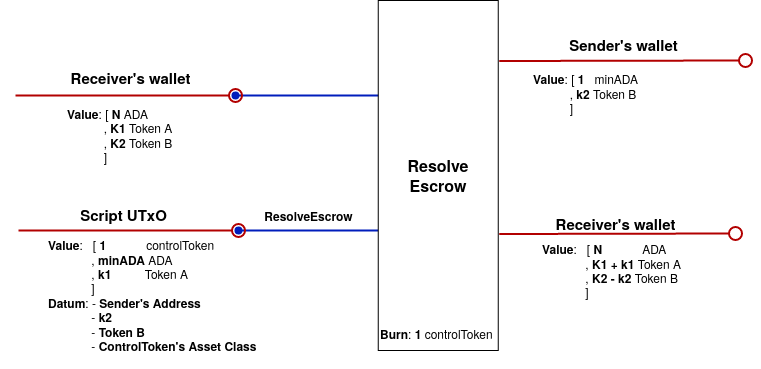
Above: tutorial/img/resolveEscrow.png in mrpejker/cardano-e2e-example (draw.io), before the change. Source tidied: cells renumbered, new cells last; positions are measured from the earlier drawing's top-left corner, leaving out a move shared by most shapes.
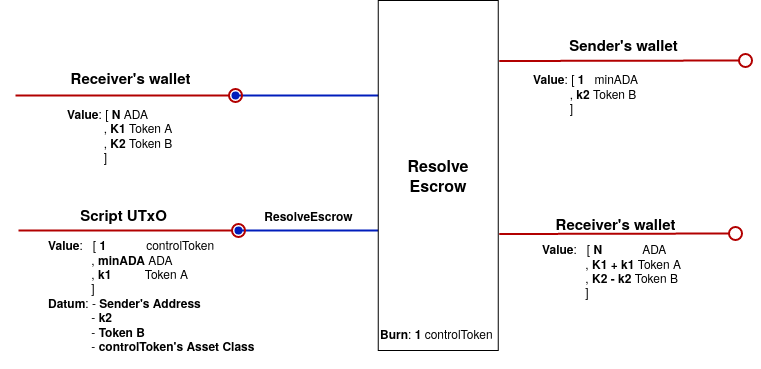
The same diagram one commit later.

Commit message:
fixed typo on diagrams

Change to the diagram source:
```diff
@@ -38,7 +38,7 @@
     <mxCell id="10" value="&lt;font style=&quot;font-size: 15px;&quot;&gt;&lt;b&gt;Script UTxO&lt;/b&gt;&lt;/font&gt;" style="text;html=1;align=center;verticalAlign=middle;strokeColor=none;fillColor=none;" parent="1" vertex="1">
       <mxGeometry x="53" y="199" width="110" height="30" as="geometry" />
     </mxCell>
-    <mxCell id="11" value="&lt;div style=&quot;caret-color: rgb(0, 0, 0); color: rgb(0, 0, 0); font-family: Helvetica; font-size: 12px; font-style: normal; font-variant-caps: normal; letter-spacing: normal; text-align: left; text-indent: 0px; text-transform: none; word-spacing: 0px; -webkit-text-stroke-width: 0px; text-decoration: none;&quot;&gt;&lt;span style=&quot;font-weight: 400;&quot;&gt;&lt;b&gt;Value&lt;/b&gt;: &amp;nbsp; [ &lt;b&gt;1&amp;nbsp;&amp;nbsp;&amp;nbsp;&amp;nbsp;&amp;nbsp;&amp;nbsp;&amp;nbsp;&amp;nbsp;&amp;nbsp;&amp;nbsp;&amp;nbsp; &lt;/b&gt;controlToken&lt;/span&gt;&lt;b&gt; &lt;/b&gt;&lt;b&gt;&lt;br&gt;&lt;/b&gt;&lt;span style=&quot;font-weight: 400;&quot;&gt;&amp;nbsp; &amp;nbsp; &amp;nbsp; &amp;nbsp; &amp;nbsp; &amp;nbsp; &amp;nbsp;, &lt;/span&gt;&lt;b&gt;minADA&lt;/b&gt;&amp;nbsp;ADA&lt;br&gt;&lt;span style=&quot;background-color: initial;&quot;&gt;&amp;nbsp; &amp;nbsp; &amp;nbsp; &amp;nbsp; &amp;nbsp; &amp;nbsp; &amp;nbsp;, &lt;/span&gt;&lt;b style=&quot;background-color: initial;&quot;&gt;k1&lt;/b&gt;&lt;span style=&quot;background-color: initial;&quot;&gt;&amp;nbsp;&amp;nbsp;&amp;nbsp;&amp;nbsp;&amp;nbsp;&amp;nbsp;&amp;nbsp;&amp;nbsp;&amp;nbsp; Token A&lt;br&gt;&lt;/span&gt;&lt;/div&gt;&lt;div style=&quot;caret-color: rgb(0, 0, 0); color: rgb(0, 0, 0); font-family: Helvetica; font-size: 12px; font-style: normal; font-variant-caps: normal; letter-spacing: normal; text-align: left; text-indent: 0px; text-transform: none; word-spacing: 0px; -webkit-text-stroke-width: 0px; text-decoration: none;&quot;&gt;&lt;span style=&quot;background-color: initial;&quot;&gt;&amp;nbsp; &amp;nbsp; &amp;nbsp; &amp;nbsp; &amp;nbsp; &amp;nbsp; &amp;nbsp;]&lt;/span&gt;&lt;/div&gt;&lt;div style=&quot;caret-color: rgb(0, 0, 0); color: rgb(0, 0, 0); font-family: Helvetica; font-size: 12px; font-style: normal; font-variant-caps: normal; letter-spacing: normal; text-align: left; text-indent: 0px; text-transform: none; word-spacing: 0px; -webkit-text-stroke-width: 0px; text-decoration: none;&quot;&gt;&lt;span style=&quot;background-color: initial;&quot;&gt;&lt;b&gt;Datum&lt;/b&gt;: - &lt;b&gt;Sender's Address&lt;/b&gt;&lt;br&gt;&lt;/span&gt;&lt;span style=&quot;background-color: initial;&quot;&gt;&lt;/span&gt;&lt;/div&gt;&lt;span style=&quot;caret-color: rgb(0, 0, 0);&quot;&gt;&lt;span style=&quot;&quot;&gt;&#9;&lt;/span&gt;&amp;nbsp; &amp;nbsp; &amp;nbsp; &amp;nbsp; &amp;nbsp; &amp;nbsp;&amp;nbsp; - &lt;/span&gt;&lt;b style=&quot;caret-color: rgb(0, 0, 0);&quot;&gt;k2&lt;/b&gt;&lt;span style=&quot;caret-color: rgb(0, 0, 0);&quot;&gt;&lt;/span&gt;&lt;div style=&quot;caret-color: rgb(0, 0, 0); color: rgb(0, 0, 0); font-family: Helvetica; font-size: 12px; font-style: normal; font-variant-caps: normal; letter-spacing: normal; text-align: left; text-indent: 0px; text-transform: none; word-spacing: 0px; -webkit-text-stroke-width: 0px; text-decoration: none;&quot;&gt;&amp;nbsp; &amp;nbsp; &amp;nbsp; &amp;nbsp; &amp;nbsp; &amp;nbsp; &amp;nbsp;- &lt;b&gt;Token B&lt;/b&gt;&lt;/div&gt;&lt;div style=&quot;caret-color: rgb(0, 0, 0); color: rgb(0, 0, 0); font-family: Helvetica; font-size: 12px; font-style: normal; font-variant-caps: normal; letter-spacing: normal; text-align: left; text-indent: 0px; text-transform: none; word-spacing: 0px; -webkit-text-stroke-width: 0px; text-decoration: none;&quot;&gt;&lt;b&gt;&amp;nbsp;&amp;nbsp;&amp;nbsp;&amp;nbsp;&amp;nbsp;&amp;nbsp;&amp;nbsp;&amp;nbsp;&amp;nbsp;&amp;nbsp;&amp;nbsp;&amp;nbsp; &lt;/b&gt;- &lt;b&gt;ControlToken's Asset Class&lt;/b&gt;&lt;br&gt;&lt;/div&gt;&lt;div style=&quot;caret-color: rgb(0, 0, 0); color: rgb(0, 0, 0); font-family: Helvetica; font-size: 12px; font-style: normal; font-variant-caps: normal; letter-spacing: normal; text-align: left; text-indent: 0px; text-transform: none; word-spacing: 0px; -webkit-text-stroke-width: 0px; text-decoration: none;&quot;&gt;&lt;span style=&quot;&quot;&gt;&#9;&lt;/span&gt;&amp;nbsp; &amp;nbsp;&amp;nbsp; &lt;br&gt;&lt;/div&gt;" style="text;whiteSpace=wrap;html=1;fontSize=12;" parent="1" vertex="1">
+    <mxCell id="11" value="&lt;div style=&quot;caret-color: rgb(0, 0, 0); color: rgb(0, 0, 0); font-family: Helvetica; font-size: 12px; font-style: normal; font-variant-caps: normal; letter-spacing: normal; text-align: left; text-indent: 0px; text-transform: none; word-spacing: 0px; -webkit-text-stroke-width: 0px; text-decoration: none;&quot;&gt;&lt;span style=&quot;font-weight: 400;&quot;&gt;&lt;b&gt;Value&lt;/b&gt;: &amp;nbsp; [ &lt;b&gt;1&amp;nbsp;&amp;nbsp;&amp;nbsp;&amp;nbsp;&amp;nbsp;&amp;nbsp;&amp;nbsp;&amp;nbsp;&amp;nbsp;&amp;nbsp;&amp;nbsp; &lt;/b&gt;controlToken&lt;/span&gt;&lt;b&gt; &lt;/b&gt;&lt;b&gt;&lt;br&gt;&lt;/b&gt;&lt;span style=&quot;font-weight: 400;&quot;&gt;&amp;nbsp; &amp;nbsp; &amp;nbsp; &amp;nbsp; &amp;nbsp; &amp;nbsp; &amp;nbsp;, &lt;/span&gt;&lt;b&gt;minADA&lt;/b&gt;&amp;nbsp;ADA&lt;br&gt;&lt;span style=&quot;background-color: initial;&quot;&gt;&amp;nbsp; &amp;nbsp; &amp;nbsp; &amp;nbsp; &amp;nbsp; &amp;nbsp; &amp;nbsp;, &lt;/span&gt;&lt;b style=&quot;background-color: initial;&quot;&gt;k1&lt;/b&gt;&lt;span style=&quot;background-color: initial;&quot;&gt;&amp;nbsp;&amp;nbsp;&amp;nbsp;&amp;nbsp;&amp;nbsp;&amp;nbsp;&amp;nbsp;&amp;nbsp;&amp;nbsp; Token A&lt;br&gt;&lt;/span&gt;&lt;/div&gt;&lt;div style=&quot;caret-color: rgb(0, 0, 0); color: rgb(0, 0, 0); font-family: Helvetica; font-size: 12px; font-style: normal; font-variant-caps: normal; letter-spacing: normal; text-align: left; text-indent: 0px; text-transform: none; word-spacing: 0px; -webkit-text-stroke-width: 0px; text-decoration: none;&quot;&gt;&lt;span style=&quot;background-color: initial;&quot;&gt;&amp;nbsp; &amp;nbsp; &amp;nbsp; &amp;nbsp; &amp;nbsp; &amp;nbsp; &amp;nbsp;]&lt;/span&gt;&lt;/div&gt;&lt;div style=&quot;caret-color: rgb(0, 0, 0); color: rgb(0, 0, 0); font-family: Helvetica; font-size: 12px; font-style: normal; font-variant-caps: normal; letter-spacing: normal; text-align: left; text-indent: 0px; text-transform: none; word-spacing: 0px; -webkit-text-stroke-width: 0px; text-decoration: none;&quot;&gt;&lt;span style=&quot;background-color: initial;&quot;&gt;&lt;b&gt;Datum&lt;/b&gt;: - &lt;b&gt;Sender's Address&lt;/b&gt;&lt;br&gt;&lt;/span&gt;&lt;span style=&quot;background-color: initial;&quot;&gt;&lt;/span&gt;&lt;/div&gt;&lt;span style=&quot;caret-color: rgb(0, 0, 0);&quot;&gt;&lt;span style=&quot;&quot;&gt;&#9;&lt;/span&gt;&amp;nbsp; &amp;nbsp; &amp;nbsp; &amp;nbsp; &amp;nbsp; &amp;nbsp;&amp;nbsp; - &lt;/span&gt;&lt;b style=&quot;caret-color: rgb(0, 0, 0);&quot;&gt;k2&lt;/b&gt;&lt;span style=&quot;caret-color: rgb(0, 0, 0);&quot;&gt;&lt;/span&gt;&lt;div style=&quot;caret-color: rgb(0, 0, 0); color: rgb(0, 0, 0); font-family: Helvetica; font-size: 12px; font-style: normal; font-variant-caps: normal; letter-spacing: normal; text-align: left; text-indent: 0px; text-transform: none; word-spacing: 0px; -webkit-text-stroke-width: 0px; text-decoration: none;&quot;&gt;&amp;nbsp; &amp;nbsp; &amp;nbsp; &amp;nbsp; &amp;nbsp; &amp;nbsp; &amp;nbsp;- &lt;b&gt;Token B&lt;/b&gt;&lt;/div&gt;&lt;div style=&quot;caret-color: rgb(0, 0, 0); color: rgb(0, 0, 0); font-family: Helvetica; font-size: 12px; font-style: normal; font-variant-caps: normal; letter-spacing: normal; text-align: left; text-indent: 0px; text-transform: none; word-spacing: 0px; -webkit-text-stroke-width: 0px; text-decoration: none;&quot;&gt;&lt;b&gt;&amp;nbsp;&amp;nbsp;&amp;nbsp;&amp;nbsp;&amp;nbsp;&amp;nbsp;&amp;nbsp;&amp;nbsp;&amp;nbsp;&amp;nbsp;&amp;nbsp;&amp;nbsp; &lt;/b&gt;-&lt;b&gt; controlToken's Asset Class&lt;/b&gt;&lt;br&gt;&lt;/div&gt;&lt;div style=&quot;caret-color: rgb(0, 0, 0); color: rgb(0, 0, 0); font-family: Helvetica; font-size: 12px; font-style: normal; font-variant-caps: normal; letter-spacing: normal; text-align: left; text-indent: 0px; text-transform: none; word-spacing: 0px; -webkit-text-stroke-width: 0px; text-decoration: none;&quot;&gt;&lt;span style=&quot;&quot;&gt;&#9;&lt;/span&gt;&amp;nbsp; &amp;nbsp;&amp;nbsp; &lt;br&gt;&lt;/div&gt;" style="text;whiteSpace=wrap;html=1;fontSize=12;" parent="1" vertex="1">
       <mxGeometry x="31.2" y="231" width="268.8" height="129" as="geometry" />
     </mxCell>
     <mxCell id="12" value="&lt;div style=&quot;caret-color: rgb(0, 0, 0); color: rgb(0, 0, 0); font-family: Helvetica; font-size: 12px; font-style: normal; font-variant-caps: normal; letter-spacing: normal; text-align: left; text-indent: 0px; text-transform: none; word-spacing: 0px; -webkit-text-stroke-width: 0px; text-decoration: none;&quot;&gt;&lt;span style=&quot;font-weight: 400;&quot;&gt;&lt;b&gt;Value&lt;/b&gt;: &amp;nbsp; [ &lt;b&gt;N&lt;/b&gt;&lt;/span&gt;&amp;nbsp;&amp;nbsp;&amp;nbsp;&amp;nbsp;&amp;nbsp;&amp;nbsp;&amp;nbsp;&amp;nbsp;&amp;nbsp;&amp;nbsp;&amp;nbsp; ADA&lt;/div&gt;&lt;div style=&quot;caret-color: rgb(0, 0, 0); color: rgb(0, 0, 0); font-family: Helvetica; font-size: 12px; font-style: normal; font-variant-caps: normal; letter-spacing: normal; text-align: left; text-indent: 0px; text-transform: none; word-spacing: 0px; -webkit-text-stroke-width: 0px; text-decoration: none;&quot;&gt;&lt;span style=&quot;background-color: initial;&quot;&gt;&amp;nbsp; &amp;nbsp; &amp;nbsp; &amp;nbsp; &amp;nbsp; &amp;nbsp; &amp;nbsp;, &lt;b&gt;K1 + k1 &lt;/b&gt;Token A&lt;br&gt;&lt;/span&gt;&lt;/div&gt;&lt;div style=&quot;caret-color: rgb(0, 0, 0); color: rgb(0, 0, 0); font-family: Helvetica; font-size: 12px; font-style: normal; font-variant-caps: normal; letter-spacing: normal; text-align: left; text-indent: 0px; text-transform: none; word-spacing: 0px; -webkit-text-stroke-width: 0px; text-decoration: none;&quot;&gt;&lt;span style=&quot;background-color: initial;&quot;&gt;&lt;span style=&quot;white-space: pre;&quot;&gt;&#9;&lt;/span&gt;&amp;nbsp;&amp;nbsp;&amp;nbsp;&amp;nbsp; , &lt;b&gt;K2 - k2 &lt;/b&gt;Token B&lt;br&gt;&lt;/span&gt;&lt;span style=&quot;background-color: initial;&quot;&gt;&lt;/span&gt;&lt;/div&gt;&lt;div style=&quot;caret-color: rgb(0, 0, 0); color: rgb(0, 0, 0); font-family: Helvetica; font-size: 12px; font-style: normal; font-variant-caps: normal; letter-spacing: normal; text-align: left; text-indent: 0px; text-transform: none; word-spacing: 0px; -webkit-text-stroke-width: 0px; text-decoration: none;&quot;&gt;&lt;span style=&quot;background-color: initial;&quot;&gt;&lt;span style=&quot;white-space: pre;&quot;&gt;&#9;&lt;/span&gt;&amp;nbsp; &amp;nbsp; &amp;nbsp;]&lt;/span&gt;&lt;/div&gt;" style="text;whiteSpace=wrap;html=1;fontSize=12;" parent="1" vertex="1">
```
